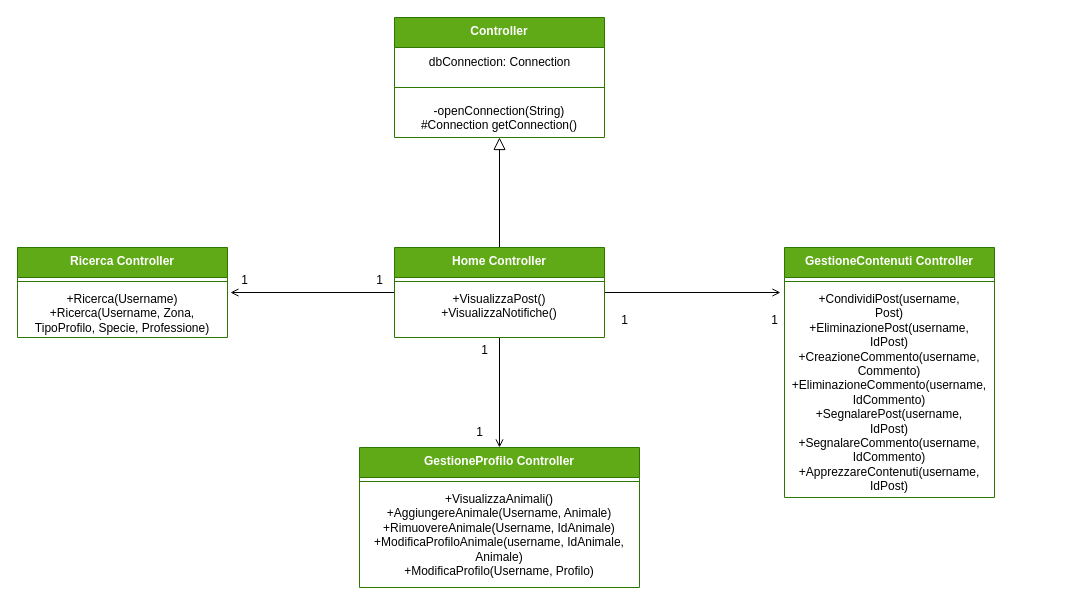
Before: uml/GestioneUtente Dettaglio.drawio in Iannicc/Pet-Party, a draw.io diagram. Source tidied: cells renumbered, new cells numbered last; positions are measured from the earlier drawing's top-left corner, leaving out a move shared by most shapes. Both pictures are drawn from the tidied source at 100%, with x=0, y=0 at pixel (17, 17).
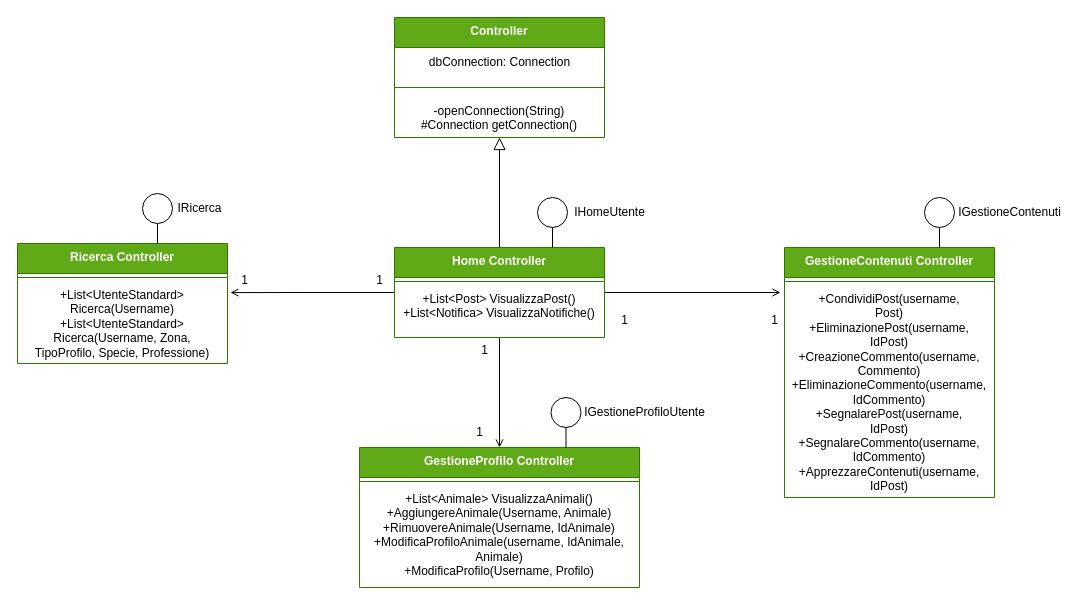
After the change.

Unchanged cells that the change refers to:
```xml
<mxCell id="2" value="&lt;div&gt;GestioneProfilo Controller&lt;br&gt;&lt;/div&gt;" style="swimlane;fontStyle=1;align=center;verticalAlign=top;horizontal=1;startSize=30;whiteSpace=wrap;html=1;fillColor=#60a917;fontColor=#ffffff;strokeColor=#2D7600;" parent="1" vertex="1">
  <mxGeometry x="342" y="430" width="280" height="140" as="geometry" />
</mxCell>
<mxCell id="9" value="Home Controller" style="swimlane;fontStyle=1;align=center;verticalAlign=top;horizontal=1;startSize=30;whiteSpace=wrap;html=1;fillColor=#60a917;fontColor=#ffffff;strokeColor=#2D7600;" parent="1" vertex="1">
  <mxGeometry x="377" y="230" width="210" height="90" as="geometry" />
</mxCell>
```

Diff of the diagram source:
```diff
@@
-    <mxCell id="4" value="&lt;div&gt;+VisualizzaAnimali()&lt;br&gt;&lt;/div&gt;&lt;div&gt;+AggiungereAnimale(Username, Animale)&lt;/div&gt;&lt;div&gt;+RimuovereAnimale(Username, IdAnimale)&lt;/div&gt;&lt;div&gt;+ModificaProfiloAnimale(username, IdAnimale, Animale)&lt;/div&gt;&lt;div&gt;+ModificaProfilo(Username, Profilo)&lt;br&gt;&lt;/div&gt;" style="text;strokeColor=none;fillColor=none;align=center;verticalAlign=top;spacingLeft=4;spacingRight=4;overflow=hidden;whiteSpace=wrap;html=1;" parent="2" vertex="1">
+    <mxCell id="4" value="&lt;div&gt;+List&amp;lt;Animale&amp;gt; VisualizzaAnimali()&lt;br&gt;&lt;/div&gt;&lt;div&gt;+AggiungereAnimale(Username, Animale)&lt;/div&gt;&lt;div&gt;+RimuovereAnimale(Username, IdAnimale)&lt;/div&gt;&lt;div&gt;+ModificaProfiloAnimale(username, IdAnimale, Animale)&lt;/div&gt;&lt;div&gt;+ModificaProfilo(Username, Profilo)&lt;br&gt;&lt;/div&gt;" style="text;strokeColor=none;fillColor=none;align=center;verticalAlign=top;spacingLeft=4;spacingRight=4;overflow=hidden;whiteSpace=wrap;html=1;" parent="2" vertex="1">
       <mxGeometry y="38" width="280" height="102" as="geometry" />
     </mxCell>
@@
-    <mxCell id="11" value="&lt;div&gt;+VisualizzaPost()&lt;/div&gt;&lt;div&gt;+VisualizzaNotifiche()&lt;br&gt;&lt;/div&gt;" style="text;strokeColor=none;fillColor=none;align=center;verticalAlign=top;spacingLeft=4;spacingRight=4;overflow=hidden;whiteSpace=wrap;html=1;" parent="9" vertex="1">
+    <mxCell id="11" value="&lt;div&gt;+List&amp;lt;Post&amp;gt; VisualizzaPost()&lt;/div&gt;&lt;div&gt;+List&amp;lt;Notifica&amp;gt; VisualizzaNotifiche()&lt;br&gt;&lt;/div&gt;" style="text;strokeColor=none;fillColor=none;align=center;verticalAlign=top;spacingLeft=4;spacingRight=4;overflow=hidden;whiteSpace=wrap;html=1;" parent="9" vertex="1">
       <mxGeometry y="38" width="210" height="52" as="geometry" />
     </mxCell>
     <mxCell id="12" value="Ricerca Controller" style="swimlane;fontStyle=1;align=center;verticalAlign=top;horizontal=1;startSize=30;whiteSpace=wrap;html=1;fillColor=#60a917;fontColor=#ffffff;strokeColor=#2D7600;" parent="1" vertex="1">
-      <mxGeometry y="230" width="210" height="90" as="geometry" />
+      <mxGeometry y="226" width="210" height="120" as="geometry" />
     </mxCell>
@@
-    <mxCell id="14" value="&lt;div&gt;+Ricerca(Username)&lt;/div&gt;&lt;div&gt;+Ricerca(Username, Zona, TipoProfilo, Specie, Professione)&lt;br&gt;&lt;/div&gt;" style="text;strokeColor=none;fillColor=none;align=center;verticalAlign=top;spacingLeft=4;spacingRight=4;overflow=hidden;points=[[0,0.5],[1,0.5]];portConstraint=eastwest;whiteSpace=wrap;html=1;" parent="12" vertex="1">
-      <mxGeometry y="38" width="210" height="52" as="geometry" />
+    <mxCell id="14" value="&lt;div&gt;+List&amp;lt;UtenteStandard&amp;gt; Ricerca(Username)&lt;/div&gt;&lt;div&gt;+List&amp;lt;UtenteStandard&amp;gt; Ricerca(Username, Zona, TipoProfilo, Specie, Professione)&lt;br&gt;&lt;/div&gt;" style="text;strokeColor=none;fillColor=none;align=center;verticalAlign=top;spacingLeft=4;spacingRight=4;overflow=hidden;points=[[0,0.5],[1,0.5]];portConstraint=eastwest;whiteSpace=wrap;html=1;" parent="12" vertex="1">
+      <mxGeometry y="38" width="210" height="82" as="geometry" />
     </mxCell>
@@
+    <mxCell id="28" style="edgeStyle=orthogonalEdgeStyle;rounded=0;jettySize=auto;html=1;entryX=0.75;entryY=0;entryDx=0;entryDy=0;endArrow=none;endFill=0;" parent="1" edge="1" source="29" target="9">
+      <mxGeometry relative="1" as="geometry" />
+    </mxCell>
+    <mxCell id="29" style="ellipse;whiteSpace=wrap;html=1;" parent="1" vertex="1">
+      <mxGeometry x="520" y="180" width="30" height="30" as="geometry" />
+    </mxCell>
+    <mxCell id="30" value="IHomeUtente" style="text;html=1;align=center;verticalAlign=middle;strokeColor=none;fillColor=none;" parent="1" vertex="1">
+      <mxGeometry x="547" y="180" width="90" height="30" as="geometry" />
+    </mxCell>
+    <mxCell id="31" style="edgeStyle=orthogonalEdgeStyle;rounded=0;jettySize=auto;html=1;entryX=0.75;entryY=0;entryDx=0;entryDy=0;endArrow=none;endFill=0;" parent="1" edge="1" source="32">
+      <mxGeometry relative="1" as="geometry">
+        <mxPoint x="922" y="230" as="targetPoint" />
+      </mxGeometry>
+    </mxCell>
+    <mxCell id="32" style="ellipse;whiteSpace=wrap;html=1;" parent="1" vertex="1">
+      <mxGeometry x="907" y="180" width="30" height="30" as="geometry" />
+    </mxCell>
+    <mxCell id="33" value="IGestioneContenuti" style="text;html=1;align=center;verticalAlign=middle;strokeColor=none;fillColor=none;" parent="1" vertex="1">
+      <mxGeometry x="927" y="180" width="130" height="30" as="geometry" />
+    </mxCell>
+    <mxCell id="34" style="edgeStyle=orthogonalEdgeStyle;rounded=0;jettySize=auto;html=1;entryX=0.75;entryY=0;entryDx=0;entryDy=0;endArrow=none;endFill=0;" parent="1" edge="1" source="35">
+      <mxGeometry relative="1" as="geometry">
+        <mxPoint x="140" y="226" as="targetPoint" />
+      </mxGeometry>
+    </mxCell>
+    <mxCell id="35" style="ellipse;whiteSpace=wrap;html=1;" parent="1" vertex="1">
+      <mxGeometry x="125" y="176" width="30" height="30" as="geometry" />
+    </mxCell>
+    <mxCell id="36" value="IRicerca" style="text;html=1;align=center;verticalAlign=middle;strokeColor=none;fillColor=none;" parent="1" vertex="1">
+      <mxGeometry x="147" y="176" width="70" height="30" as="geometry" />
+    </mxCell>
+    <mxCell id="37" style="edgeStyle=orthogonalEdgeStyle;rounded=0;jettySize=auto;html=1;entryX=0.75;entryY=0;entryDx=0;entryDy=0;endArrow=none;endFill=0;" parent="1" edge="1" source="38">
+      <mxGeometry relative="1" as="geometry">
+        <mxPoint x="548.5" y="430" as="targetPoint" />
+      </mxGeometry>
+    </mxCell>
+    <mxCell id="38" style="ellipse;whiteSpace=wrap;html=1;" parent="1" vertex="1">
+      <mxGeometry x="533.5" y="380" width="30" height="30" as="geometry" />
+    </mxCell>
+    <mxCell id="39" value="IGestioneProfiloUtente" style="text;html=1;align=center;verticalAlign=middle;strokeColor=none;fillColor=none;" parent="1" vertex="1">
+      <mxGeometry x="557" y="380" width="140" height="30" as="geometry" />
+    </mxCell>
```
